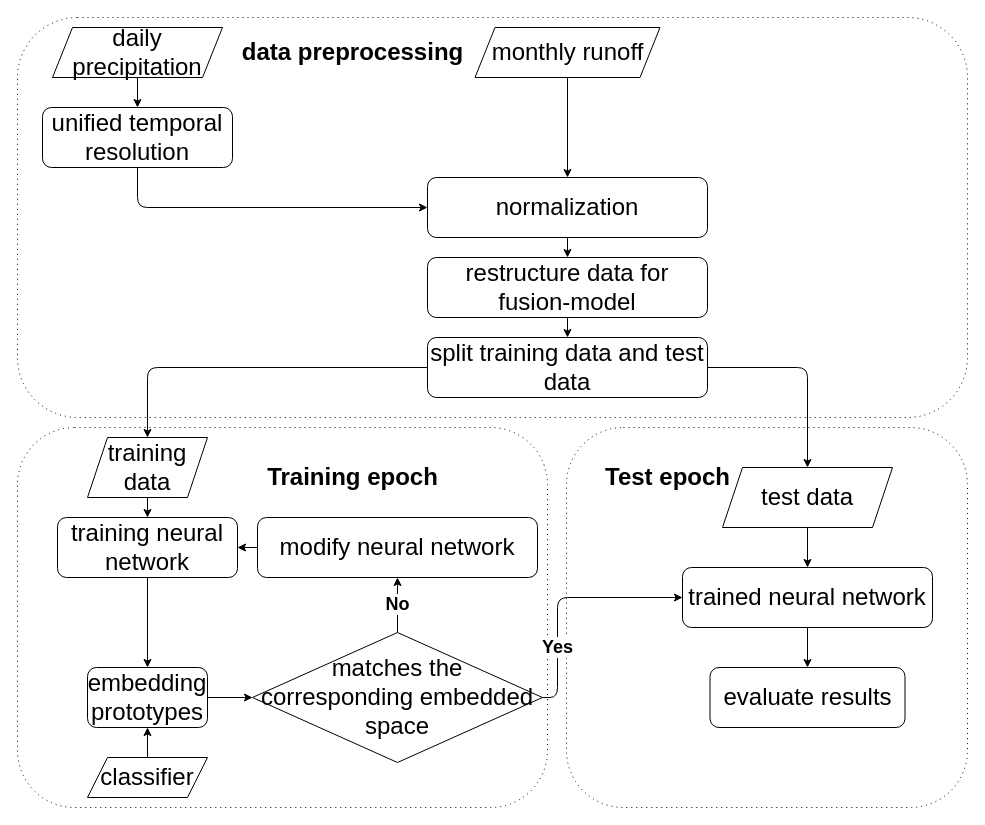
Above: myFramework.drawio in ray-yang521/CS-Notes (draw.io), before the change. Source tidied: cells renumbered, new cells numbered last; positions are measured from the earlier drawing's top-left corner, leaving out a move shared by most shapes. Both pictures are drawn from the tidied source at 100%, with x=0, y=0 at pixel (17, 17).
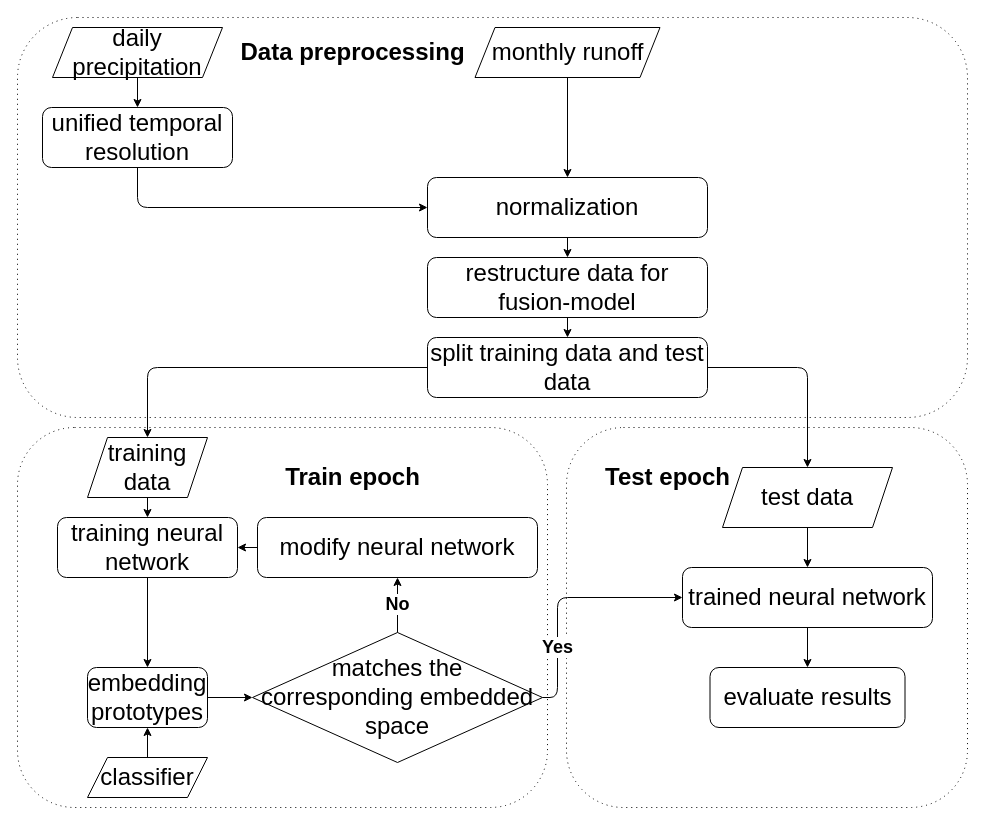
After the change.

Change to the diagram source:
```diff
@@
-    <mxCell id="27" value="&lt;font style=&quot;font-size: 24px&quot;&gt;&lt;b&gt;Training epoch&lt;/b&gt;&lt;/font&gt;" style="text;html=1;align=center;verticalAlign=middle;" parent="1" vertex="1">
-      <mxGeometry x="240" y="450" width="190" height="20" as="geometry" />
+    <mxCell id="27" value="&lt;font style=&quot;font-size: 24px&quot;&gt;&lt;b&gt;Train epoch&lt;/b&gt;&lt;/font&gt;" style="text;html=1;align=center;verticalAlign=middle;" parent="1" vertex="1">
+      <mxGeometry x="260" y="450" width="150" height="20" as="geometry" />
     </mxCell>
@@
-    <mxCell id="39" value="&lt;font style=&quot;font-size: 24px&quot;&gt;&lt;b&gt;data preprocessing&lt;/b&gt;&lt;/font&gt;" style="text;html=1;align=center;verticalAlign=middle;" parent="1" vertex="1">
+    <mxCell id="39" value="&lt;font style=&quot;font-size: 24px&quot;&gt;&lt;b&gt;Data preprocessing&lt;/b&gt;&lt;/font&gt;" style="text;html=1;align=center;verticalAlign=middle;" parent="1" vertex="1">
       <mxGeometry x="215" y="25" width="240" height="20" as="geometry" />
     </mxCell>
```
